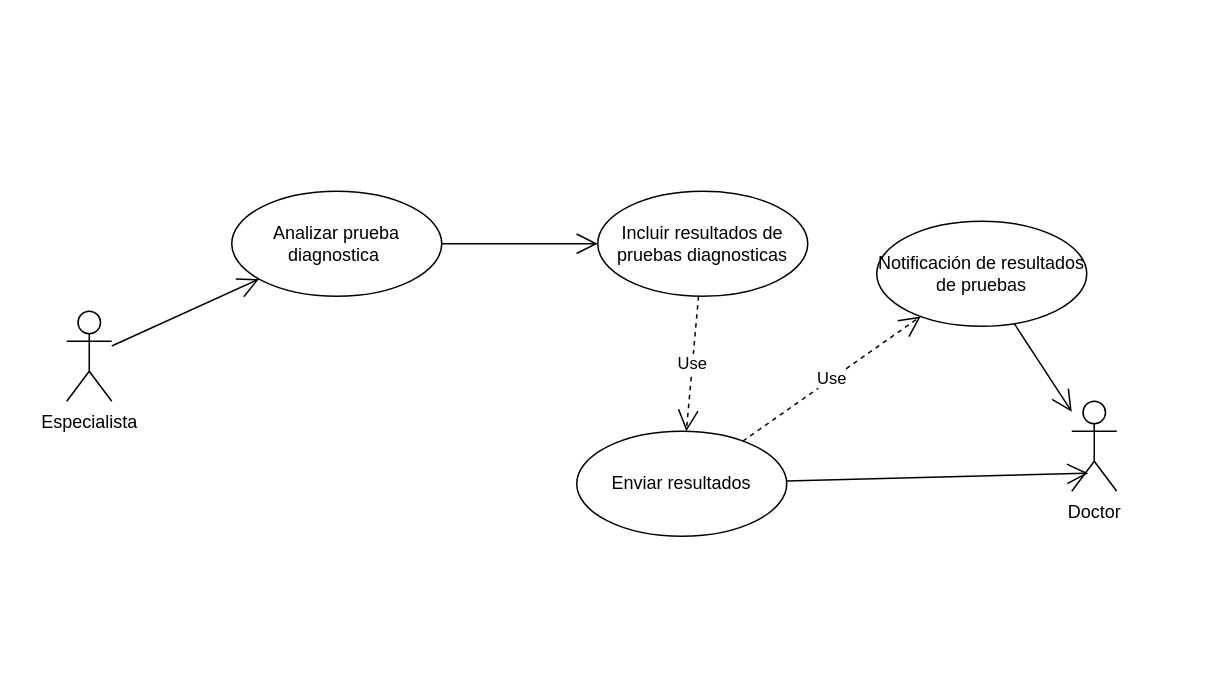
Above: page "CDU Envío Resultados" (7 of 8) of Casos de uso SNH.drawio in marguello86/Equipo1_MINSA (draw.io), before the change. Source tidied: cells renumbered, new cells numbered last; positions are measured from the earlier drawing's top-left corner, leaving out a move shared by most shapes. Both pictures are drawn from the tidied source at 150%, with x=0, y=0 at pixel (66, 190).
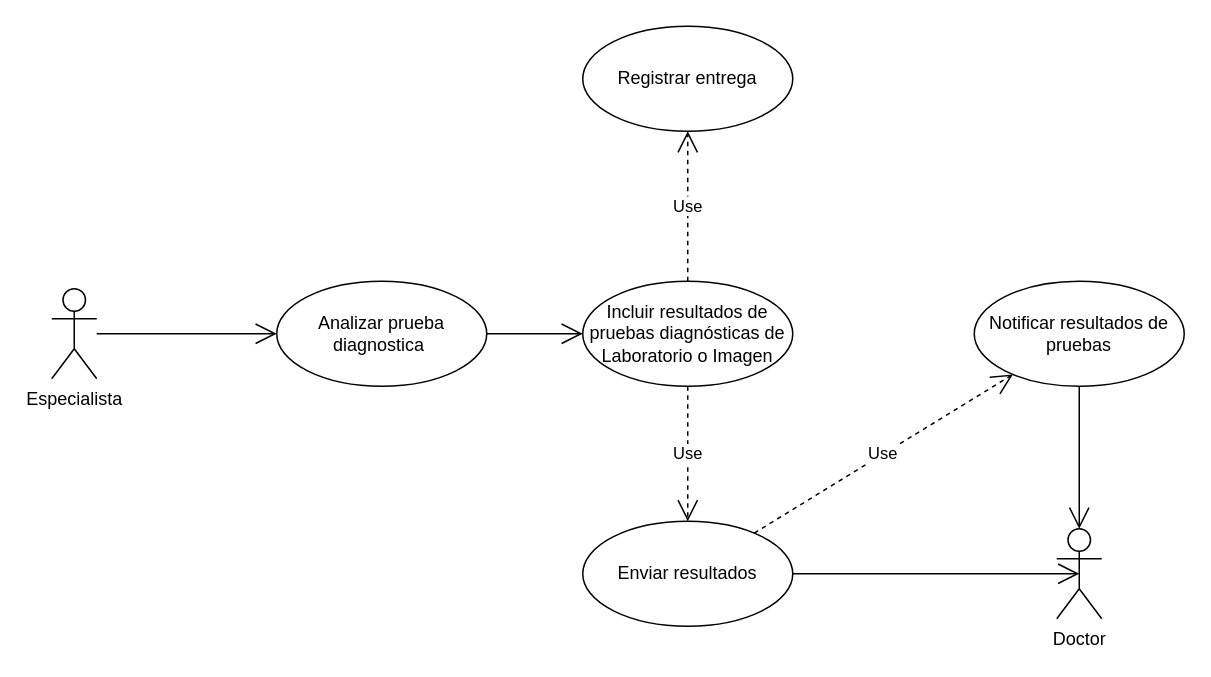
Above is the later version.

Change to the diagram source:
```diff
@@
 <mxGraphModel>
   <root>
     <mxCell id="0" />
     <mxCell id="1" parent="0" />
     <mxCell id="2" value="Especialista" style="shape=umlActor;verticalLabelPosition=bottom;verticalAlign=top;html=1;" parent="1" vertex="1">
-      <mxGeometry y="80" width="30" height="60" as="geometry" />
+      <mxGeometry x="-10" y="65" width="30" height="60" as="geometry" />
     </mxCell>
     <mxCell id="3" value="Analizar prueba diagnostica&amp;nbsp;" style="ellipse;whiteSpace=wrap;html=1;" parent="1" vertex="1">
-      <mxGeometry x="110" width="140" height="70" as="geometry" />
+      <mxGeometry x="140" y="60" width="140" height="70" as="geometry" />
     </mxCell>
     <mxCell id="4" style="endArrow=open;endFill=1;endSize=12;html=1;rounded=0;" parent="1" edge="1" source="2" target="3">
       <mxGeometry relative="1" as="geometry" />
     </mxCell>
-    <mxCell id="5" value="Incluir resultados de pruebas diagnosticas" style="ellipse;whiteSpace=wrap;html=1;" parent="1" vertex="1">
-      <mxGeometry x="354" width="140" height="70" as="geometry" />
+    <mxCell id="5" value="Incluir resultados de pruebas diagnósticas de Laboratorio o Imagen" style="ellipse;whiteSpace=wrap;html=1;" parent="1" vertex="1">
+      <mxGeometry x="344" y="60" width="140" height="70" as="geometry" />
     </mxCell>
     <mxCell id="6" style="endArrow=open;endFill=1;endSize=12;html=1;rounded=0;" parent="1" edge="1" source="3" target="5">
       <mxGeometry relative="1" as="geometry" />
     </mxCell>
     <mxCell id="7" value="Doctor" style="shape=umlActor;verticalLabelPosition=bottom;verticalAlign=top;html=1;" parent="1" vertex="1">
-      <mxGeometry x="670" y="140" width="30" height="60" as="geometry" />
+      <mxGeometry x="660" y="225" width="30" height="60" as="geometry" />
     </mxCell>
     <mxCell id="8" value="Enviar resultados" style="ellipse;whiteSpace=wrap;html=1;" parent="1" vertex="1">
-      <mxGeometry x="340" y="160" width="140" height="70" as="geometry" />
+      <mxGeometry x="344" y="220" width="140" height="70" as="geometry" />
     </mxCell>
-    <mxCell id="9" value="Notificación de resultados de pruebas" style="ellipse;whiteSpace=wrap;html=1;" parent="1" vertex="1">
-      <mxGeometry x="540" y="20" width="140" height="70" as="geometry" />
+    <mxCell id="9" value="Notificar resultados de pruebas" style="ellipse;whiteSpace=wrap;html=1;" parent="1" vertex="1">
+      <mxGeometry x="605" y="60" width="140" height="70" as="geometry" />
     </mxCell>
     <mxCell id="10" value="Use" style="endArrow=open;endSize=12;dashed=1;html=1;rounded=0;" parent="1" edge="1" source="8" target="9">
       <mxGeometry relative="1" as="geometry" />
     </mxCell>
     <mxCell id="11" style="endArrow=open;endFill=1;endSize=12;html=1;rounded=0;" parent="1" edge="1" source="9" target="7">
       <mxGeometry relative="1" as="geometry" />
     </mxCell>
-    <mxCell id="12" style="endArrow=open;endFill=1;endSize=12;html=1;rounded=0;entryX=0.367;entryY=0.8;entryDx=0;entryDy=0;entryPerimeter=0;" parent="1" edge="1" source="8" target="7">
+    <mxCell id="12" style="endArrow=open;endFill=1;endSize=12;html=1;rounded=0;entryX=0.5;entryY=0.5;entryDx=0;entryDy=0;entryPerimeter=0;" parent="1" edge="1" source="8" target="7">
       <mxGeometry relative="1" as="geometry" />
     </mxCell>
     <mxCell id="13" value="Use" style="endArrow=open;endSize=12;dashed=1;html=1;rounded=0;" parent="1" edge="1" source="5" target="8">
       <mxGeometry relative="1" as="geometry" />
     </mxCell>
+    <mxCell id="14" value="Registrar entrega" style="ellipse;whiteSpace=wrap;html=1;" parent="1" vertex="1">
+      <mxGeometry x="344" y="-110" width="140" height="70" as="geometry" />
+    </mxCell>
+    <mxCell id="15" value="Use" style="endArrow=open;endSize=12;dashed=1;html=1;rounded=0;exitX=0.5;exitY=0;exitDx=0;exitDy=0;" parent="1" edge="1" source="5" target="14">
+      <mxGeometry relative="1" as="geometry" />
+    </mxCell>
   </root>
 </mxGraphModel>
```
